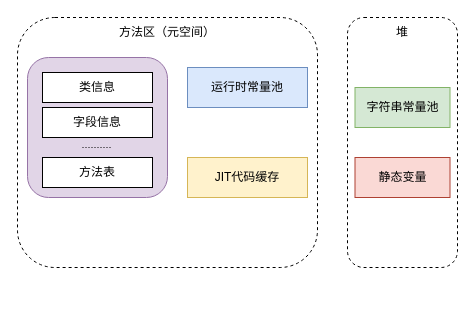
The draw.io diagram page "运行时数据区（新）" (2 of 2) of java/java.drawio in josek43326/draw.io, before the edit. Source tidied: cells renumbered, new cells numbered last; positions are measured from the earlier drawing's top-left corner, leaving out a move shared by most shapes. Both pictures are drawn from the tidied source at 100%, with x=0, y=0 at pixel (17, 17).
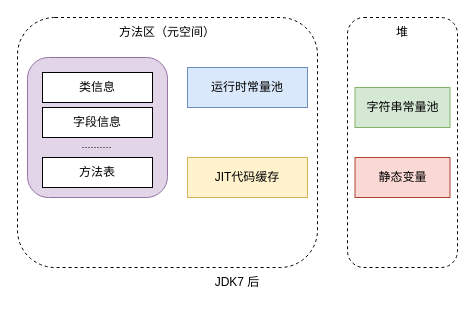
Above is the later version.

Diff of the diagram source:
```diff
@@
 <mxGraphModel>
   <root>
     <mxCell id="0" />
     <mxCell id="1" parent="0" />
     <mxCell id="2" style="rounded=1;whiteSpace=wrap;html=1;dashed=1;" parent="1" vertex="1">
       <mxGeometry width="300" height="250" as="geometry" />
     </mxCell>
     <mxCell id="3" style="rounded=1;whiteSpace=wrap;html=1;fillColor=#e1d5e7;strokeColor=#9673a6;" parent="1" vertex="1">
       <mxGeometry x="10" y="40" width="140" height="140" as="geometry" />
     </mxCell>
     <mxCell id="4" value="运行时常量池" style="rounded=0;whiteSpace=wrap;html=1;fillColor=#dae8fc;strokeColor=#6c8ebf;" parent="1" vertex="1">
       <mxGeometry x="170" y="50" width="120" height="40" as="geometry" />
     </mxCell>
     <mxCell id="5" value="JIT代码缓存" style="rounded=0;whiteSpace=wrap;html=1;fillColor=#fff2cc;strokeColor=#d6b656;" parent="1" vertex="1">
       <mxGeometry x="170" y="140" width="120" height="40" as="geometry" />
     </mxCell>
     <mxCell id="6" style="rounded=1;whiteSpace=wrap;html=1;dashed=1;" parent="1" vertex="1">
       <mxGeometry x="330" width="110" height="250" as="geometry" />
     </mxCell>
     <mxCell id="7" value="字符串常量池" style="rounded=0;whiteSpace=wrap;html=1;fillColor=#d5e8d4;strokeColor=#82b366;" parent="1" vertex="1">
       <mxGeometry x="337.5" y="70" width="95" height="40" as="geometry" />
     </mxCell>
     <mxCell id="8" value="静态变量" style="rounded=0;whiteSpace=wrap;html=1;fillColor=#fad9d5;strokeColor=#ae4132;" parent="1" vertex="1">
       <mxGeometry x="337.5" y="140" width="95" height="40" as="geometry" />
     </mxCell>
     <mxCell id="9" value="类信息" style="rounded=0;whiteSpace=wrap;html=1;" parent="1" vertex="1">
       <mxGeometry x="25" y="55" width="110" height="30" as="geometry" />
     </mxCell>
     <mxCell id="10" value="字段信息" style="rounded=0;whiteSpace=wrap;html=1;" parent="1" vertex="1">
       <mxGeometry x="25" y="90" width="110" height="30" as="geometry" />
     </mxCell>
     <mxCell id="11" value="方法表" style="rounded=0;whiteSpace=wrap;html=1;" parent="1" vertex="1">
       <mxGeometry x="25" y="140" width="110" height="30" as="geometry" />
     </mxCell>
     <mxCell id="12" style="endArrow=none;dashed=1;html=1;rounded=0;dashPattern=1 2;" parent="1" edge="1">
       <mxGeometry relative="1" as="geometry">
         <mxPoint x="65" y="130" as="sourcePoint" />
         <mxPoint x="95" y="130" as="targetPoint" />
       </mxGeometry>
     </mxCell>
     <mxCell id="13" value="堆" style="text;html=1;strokeColor=none;fillColor=none;align=center;verticalAlign=middle;whiteSpace=wrap;rounded=0;" parent="1" vertex="1">
       <mxGeometry x="355" width="60" height="30" as="geometry" />
     </mxCell>
     <mxCell id="14" value="方法区（元空间）" style="text;html=1;strokeColor=none;fillColor=none;align=center;verticalAlign=middle;whiteSpace=wrap;rounded=0;" parent="1" vertex="1">
       <mxGeometry x="100" width="100" height="30" as="geometry" />
     </mxCell>
+    <mxCell id="15" value="JDK7 后" style="text;html=1;strokeColor=none;fillColor=none;align=center;verticalAlign=middle;whiteSpace=wrap;rounded=0;" parent="1" vertex="1">
+      <mxGeometry x="190" y="250" width="60" height="30" as="geometry" />
+    </mxCell>
   </root>
 </mxGraphModel>
```
